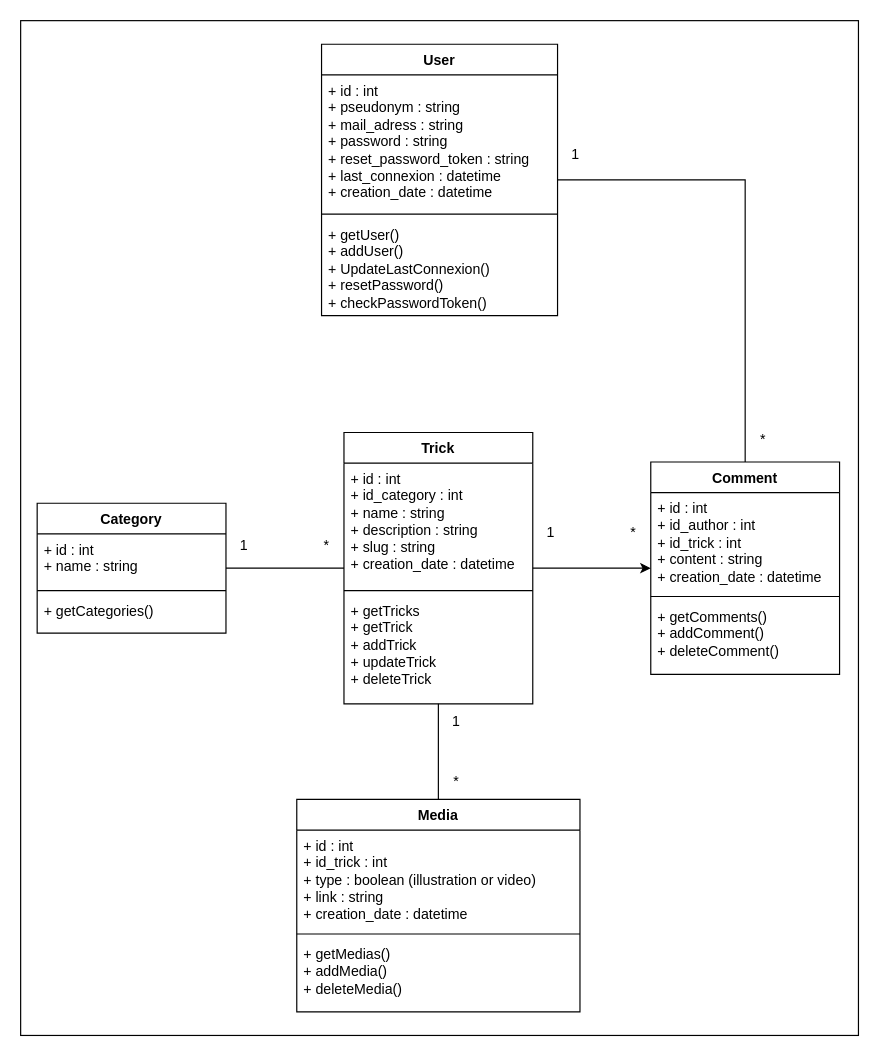
Before: diagrammes/Diagramme de classes.drawio in arcausin/SnowTricks, a draw.io diagram. Source tidied: cells renumbered, new cells numbered last; positions are measured from the earlier drawing's top-left corner, leaving out a move shared by most shapes. Both pictures are drawn from the tidied source at 118%, with x=0, y=0 at pixel (20, 20).
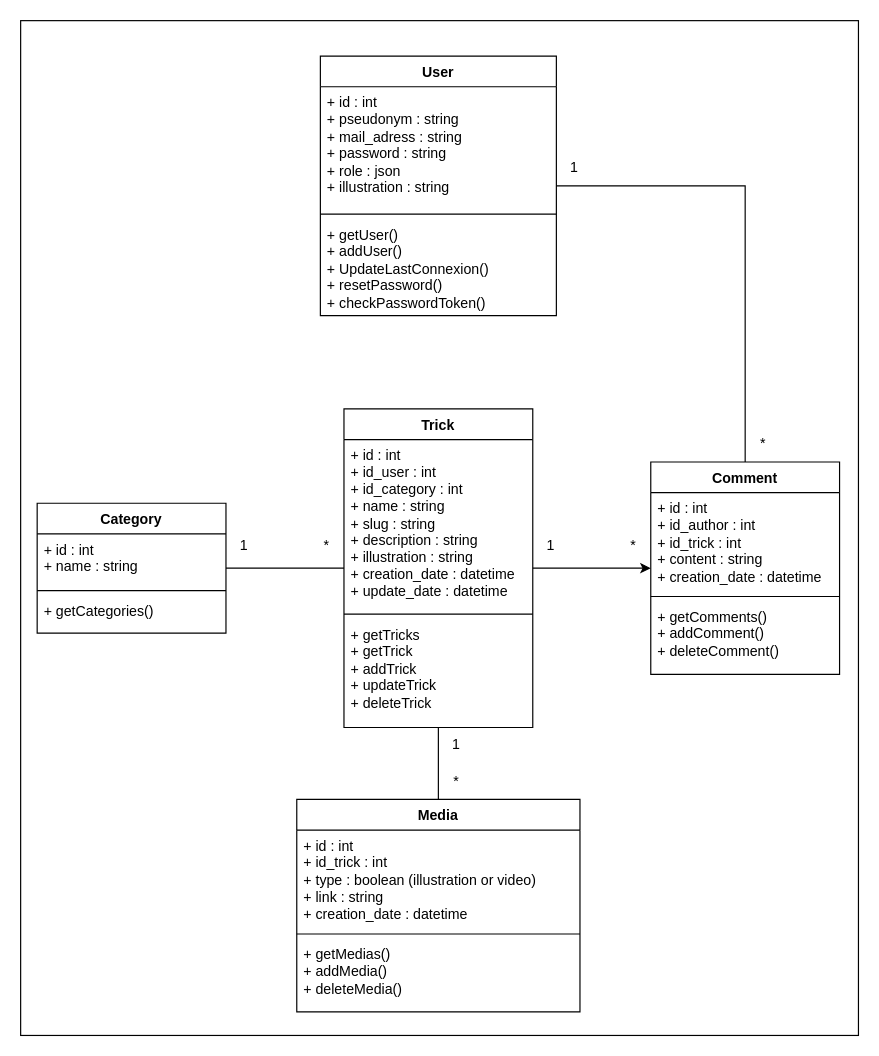
The same page after the edit.

Commit message (it also covers changes not shown here):
updating UML diagrams

The edit, as a diff of the source:
```diff
@@
     <mxCell id="8" value="User" style="swimlane;fontStyle=1;align=center;verticalAlign=top;horizontal=1;startSize=26;whiteSpace=wrap;html=1;" parent="1" vertex="1">
-      <mxGeometry x="255" y="20" width="200" height="230" as="geometry" />
+      <mxGeometry x="254" y="30" width="200" height="220" as="geometry" />
     </mxCell>
-    <mxCell id="9" value="&lt;div&gt;+ id : int&lt;/div&gt;&lt;div&gt;+ pseudonym : string&lt;br&gt;&lt;/div&gt;&lt;div&gt;+ mail_adress : string&lt;br&gt;&lt;/div&gt;&lt;div&gt;+ password : string&lt;/div&gt;&lt;div&gt;+ reset_password_token : string&lt;/div&gt;&lt;div&gt;+ last_connexion : datetime&lt;br&gt;&lt;/div&gt;&lt;div&gt;+ creation_date : datetime&lt;/div&gt;&lt;div&gt;&lt;br&gt;&lt;/div&gt;" style="text;strokeColor=none;fillColor=none;align=left;verticalAlign=top;spacingLeft=4;spacingRight=4;overflow=hidden;whiteSpace=wrap;html=1;" parent="8" vertex="1">
-      <mxGeometry y="26" width="200" height="114" as="geometry" />
+    <mxCell id="9" value="&lt;div&gt;+ id : int&lt;/div&gt;&lt;div&gt;+ pseudonym : string&lt;br&gt;&lt;/div&gt;&lt;div&gt;+ mail_adress : string&lt;br&gt;&lt;/div&gt;&lt;div&gt;+ password : string&lt;/div&gt;&lt;div&gt;+ role : json&lt;/div&gt;&lt;div&gt;+ illustration : string&lt;br&gt;&lt;/div&gt;&lt;div&gt;&lt;br&gt;&lt;/div&gt;" style="text;strokeColor=none;fillColor=none;align=left;verticalAlign=top;spacingLeft=4;spacingRight=4;overflow=hidden;whiteSpace=wrap;html=1;" parent="8" vertex="1">
+      <mxGeometry y="26" width="200" height="104" as="geometry" />
     </mxCell>
     <mxCell id="10" style="line;strokeWidth=1;fillColor=none;align=left;verticalAlign=middle;spacingTop=-1;spacingLeft=3;spacingRight=3;labelPosition=right;strokeColor=inherit;" parent="8" vertex="1">
-      <mxGeometry y="140" width="200" height="8" as="geometry" />
+      <mxGeometry y="130" width="200" height="8" as="geometry" />
     </mxCell>
     <mxCell id="11" value="+ getUser()&lt;br&gt;&lt;div&gt;+ addUser()&lt;/div&gt;+ UpdateLastConnexion()&lt;div&gt;+ resetPassword()&lt;/div&gt;&lt;div&gt;+ checkPasswordToken()&lt;/div&gt;" style="text;strokeColor=none;fillColor=none;align=left;verticalAlign=top;spacingLeft=4;spacingRight=4;overflow=hidden;whiteSpace=wrap;html=1;" parent="8" vertex="1">
-      <mxGeometry y="148" width="200" height="82" as="geometry" />
+      <mxGeometry y="138" width="200" height="82" as="geometry" />
     </mxCell>
@@
     <mxCell id="15" value="Trick" style="swimlane;fontStyle=1;align=center;verticalAlign=top;horizontal=1;startSize=26;whiteSpace=wrap;html=1;" parent="1" vertex="1">
-      <mxGeometry x="274" y="349" width="160" height="230" as="geometry" />
+      <mxGeometry x="274" y="329" width="160" height="270" as="geometry" />
     </mxCell>
-    <mxCell id="16" value="&lt;div&gt;+ id : int&lt;/div&gt;&lt;div&gt;+ id_category : int&lt;br&gt;&lt;/div&gt;&lt;div&gt;+ name : string&lt;br&gt;&lt;/div&gt;&lt;div&gt;+ description : string&lt;/div&gt;&lt;div&gt;+ slug : string&lt;/div&gt;&lt;div&gt;+ creation_date : datetime&lt;/div&gt;&lt;div&gt;&lt;br&gt;&lt;/div&gt;" style="text;strokeColor=none;fillColor=none;align=left;verticalAlign=top;spacingLeft=4;spacingRight=4;overflow=hidden;whiteSpace=wrap;html=1;" parent="15" vertex="1">
-      <mxGeometry y="26" width="160" height="104" as="geometry" />
+    <mxCell id="16" value="&lt;div&gt;+ id : int&lt;/div&gt;&lt;div&gt;+ id_user : int&lt;br&gt;&lt;/div&gt;&lt;div&gt;+ id_category : int&lt;br&gt;&lt;/div&gt;&lt;div&gt;+ name : string&lt;/div&gt;&lt;div&gt;+ slug : string&lt;/div&gt;&lt;div&gt;+ description : string&lt;/div&gt;&lt;div&gt;+ illustration : string&lt;br&gt;&lt;/div&gt;&lt;div&gt;+ creation_date : datetime&lt;/div&gt;&lt;div&gt;+ update_date : datetime&lt;br&gt;&lt;/div&gt;&lt;div&gt;&lt;br&gt;&lt;/div&gt;" style="text;strokeColor=none;fillColor=none;align=left;verticalAlign=top;spacingLeft=4;spacingRight=4;overflow=hidden;whiteSpace=wrap;html=1;" parent="15" vertex="1">
+      <mxGeometry y="26" width="160" height="144" as="geometry" />
     </mxCell>
     <mxCell id="17" style="line;strokeWidth=1;fillColor=none;align=left;verticalAlign=middle;spacingTop=-1;spacingLeft=3;spacingRight=3;labelPosition=right;strokeColor=inherit;" parent="15" vertex="1">
-      <mxGeometry y="130" width="160" height="8" as="geometry" />
+      <mxGeometry y="170" width="160" height="8" as="geometry" />
     </mxCell>
     <mxCell id="18" value="&lt;div&gt;+ getTricks&lt;/div&gt;&lt;div&gt;+ getTrick&lt;/div&gt;&lt;div&gt;+ addTrick&lt;/div&gt;&lt;div&gt;+ updateTrick&lt;/div&gt;&lt;div&gt;+ deleteTrick&lt;/div&gt;" style="text;strokeColor=none;fillColor=none;align=left;verticalAlign=top;spacingLeft=4;spacingRight=4;overflow=hidden;whiteSpace=wrap;html=1;" parent="15" vertex="1">
-      <mxGeometry y="138" width="160" height="92" as="geometry" />
+      <mxGeometry y="178" width="160" height="92" as="geometry" />
     </mxCell>
@@
     <mxCell id="23" value="1" style="text;html=1;align=center;verticalAlign=middle;strokeColor=none;fillColor=none;" parent="1" vertex="1">
-      <mxGeometry x="455" y="99" width="30" height="30" as="geometry" />
+      <mxGeometry x="454" y="110" width="30" height="30" as="geometry" />
     </mxCell>
     <mxCell id="24" value="*" style="text;html=1;align=center;verticalAlign=middle;strokeColor=none;fillColor=none;" parent="1" vertex="1">
-      <mxGeometry x="614" y="340" width="30" height="30" as="geometry" />
+      <mxGeometry x="614" y="344" width="30" height="30" as="geometry" />
     </mxCell>
@@
     <mxCell id="29" value="*" style="text;html=1;align=center;verticalAlign=middle;strokeColor=none;fillColor=none;" parent="1" vertex="1">
-      <mxGeometry x="504" y="419" width="30" height="30" as="geometry" />
+      <mxGeometry x="504" y="430" width="30" height="30" as="geometry" />
     </mxCell>
     <mxCell id="30" value="1" style="text;html=1;align=center;verticalAlign=middle;strokeColor=none;fillColor=none;" parent="1" vertex="1">
-      <mxGeometry x="434" y="419" width="30" height="30" as="geometry" />
+      <mxGeometry x="434" y="430" width="30" height="30" as="geometry" />
     </mxCell>
@@
     <mxCell id="34" value="1" style="text;html=1;align=center;verticalAlign=middle;strokeColor=none;fillColor=none;" parent="1" vertex="1">
-      <mxGeometry x="354" y="579" width="30" height="30" as="geometry" />
+      <mxGeometry x="354" y="599" width="30" height="30" as="geometry" />
     </mxCell>
```
